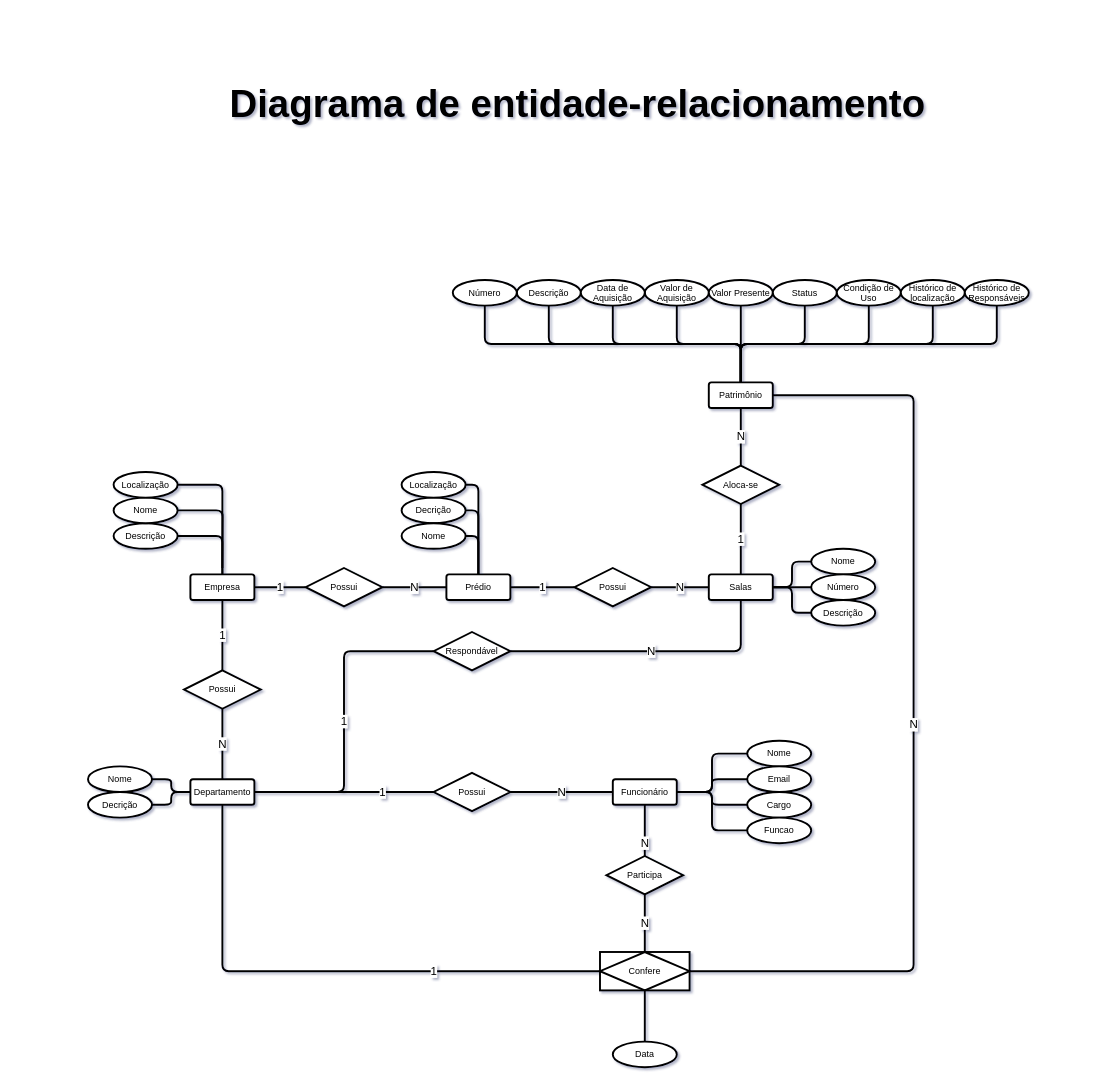
GuiBatalhoti/Apicelady keeps this draw.io diagram as DataBase/diagramas.drawio. Above is the earlier version. Source tidied: cells renumbered, new cells numbered last; positions are measured from the earlier drawing's top-left corner, leaving out a move shared by most shapes. Both pictures are drawn from the tidied source at 64%, with x=0, y=0 at pixel (88, 11).
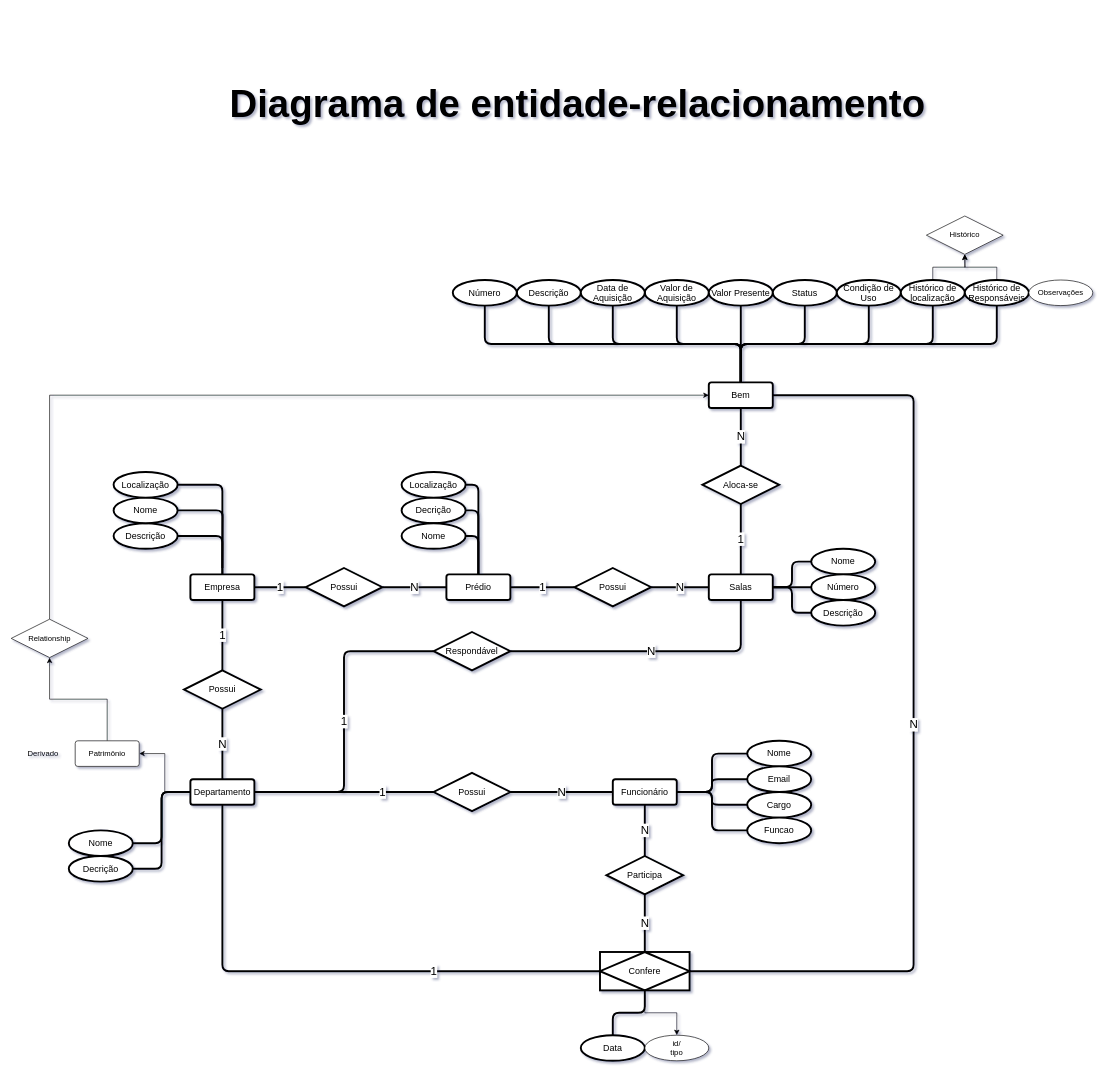
The same diagram, later.

Commit message:
adicionando pequenas modificações no diagrama do BD

Unchanged cells that the change refers to:
```xml
<mxCell id="12" value="Departamento" style="rounded=1;arcSize=10;whiteSpace=wrap;html=1;align=center;shadow=0;strokeWidth=3;fontSize=14;" parent="1" vertex="1">
  <mxGeometry x="160" y="1200" width="100" height="40" as="geometry" />
</mxCell>
<mxCell id="32" value="&lt;div style=&quot;font-size: 14px;&quot;&gt;Funcionário&lt;/div&gt;" style="rounded=1;arcSize=10;whiteSpace=wrap;html=1;align=center;shadow=0;strokeWidth=3;fontSize=14;" parent="1" vertex="1">
  <mxGeometry x="820" y="1200" width="100" height="40" as="geometry" />
</mxCell>
<mxCell id="67" value="Participa" style="shape=rhombus;perimeter=rhombusPerimeter;whiteSpace=wrap;html=1;align=center;strokeWidth=3;fontSize=14;shadow=0;" parent="1" vertex="1">
  <mxGeometry x="810" y="1320" width="120" height="60" as="geometry" />
</mxCell>
<mxCell id="68" value="Confere" style="shape=associativeEntity;whiteSpace=wrap;html=1;align=center;strokeWidth=3;fontSize=14;shadow=0;" parent="1" vertex="1">
  <mxGeometry x="800" y="1470" width="140" height="60" as="geometry" />
</mxCell>
<mxCell id="76" value="Histórico de localização" style="ellipse;whiteSpace=wrap;html=1;align=center;shadow=0;strokeWidth=3;fontSize=14;gradientColor=none;" parent="1" vertex="1">
  <mxGeometry x="1270" y="420" width="100" height="40" as="geometry" />
</mxCell>
<mxCell id="77" value="Histórico de Responsáveis" style="ellipse;whiteSpace=wrap;html=1;align=center;shadow=0;strokeWidth=3;fontSize=14;gradientColor=none;" parent="1" vertex="1">
  <mxGeometry x="1370" y="420" width="100" height="40" as="geometry" />
</mxCell>
```

The edit, as a diff of the source:
```diff
@@
+    <mxCell id="83" style="edgeStyle=orthogonalEdgeStyle;rounded=0;jettySize=auto;html=1;entryX=1;entryY=0.5;entryDx=0;entryDy=0;" parent="1" edge="1" source="12" target="91">
+      <mxGeometry relative="1" as="geometry" />
+    </mxCell>
@@
     <mxCell id="13" value="Nome" style="ellipse;whiteSpace=wrap;html=1;align=center;shadow=0;strokeWidth=3;fontSize=14;" parent="1" vertex="1">
-      <mxGeometry y="1180" width="100" height="40" as="geometry" />
+      <mxGeometry x="-30" y="1280" width="100" height="40" as="geometry" />
     </mxCell>
     <mxCell id="14" value="Decrição" style="ellipse;whiteSpace=wrap;html=1;align=center;shadow=0;strokeWidth=3;fontSize=14;" parent="1" vertex="1">
-      <mxGeometry y="1220" width="100" height="40" as="geometry" />
+      <mxGeometry x="-30" y="1320" width="100" height="40" as="geometry" />
     </mxCell>
@@
-    <mxCell id="24" value="Patrimônio" style="rounded=1;arcSize=10;whiteSpace=wrap;html=1;align=center;shadow=0;strokeWidth=3;fontSize=14;" parent="1" vertex="1">
+    <mxCell id="24" value="Bem" style="rounded=1;arcSize=10;whiteSpace=wrap;html=1;align=center;shadow=0;strokeWidth=3;fontSize=14;" parent="1" vertex="1">
       <mxGeometry x="970" y="580" width="100" height="40" as="geometry" />
     </mxCell>
@@
     <mxCell id="26" value="&lt;div style=&quot;font-size: 14px;&quot;&gt;Data&lt;/div&gt;" style="ellipse;whiteSpace=wrap;html=1;align=center;shadow=0;strokeWidth=3;fontSize=14;" parent="1" vertex="1">
-      <mxGeometry x="820" y="1610" width="100" height="40" as="geometry" />
+      <mxGeometry x="770" y="1600" width="100" height="40" as="geometry" />
     </mxCell>
@@
     <mxCell id="31" value="N" style="edgeStyle=orthogonalEdgeStyle;rounded=1;jettySize=auto;html=1;entryX=0.5;entryY=0;entryDx=0;entryDy=0;endArrow=none;endFill=0;strokeWidth=3;fontSize=18;shadow=0;curved=0;" parent="1" edge="1" source="32" target="67">
-      <mxGeometry relative="1" as="geometry">
+      <mxGeometry x="-0.33" relative="1" as="geometry">
         <Array as="points">
           <mxPoint x="870" y="1340" />
           <mxPoint x="870" y="1340" />
         </Array>
       </mxGeometry>
     </mxCell>
@@
+    <mxCell id="84" style="edgeStyle=orthogonalEdgeStyle;rounded=0;jettySize=auto;html=1;entryX=0.5;entryY=0;entryDx=0;entryDy=0;" parent="1" edge="1" source="68" target="87">
+      <mxGeometry relative="1" as="geometry" />
+    </mxCell>
@@
+    <mxCell id="85" style="edgeStyle=orthogonalEdgeStyle;rounded=0;jettySize=auto;html=1;" parent="1" edge="1" source="76">
+      <mxGeometry relative="1" as="geometry">
+        <mxPoint x="1370" y="380" as="targetPoint" />
+      </mxGeometry>
+    </mxCell>
@@
+    <mxCell id="86" style="edgeStyle=orthogonalEdgeStyle;rounded=0;jettySize=auto;html=1;entryX=0.5;entryY=1;entryDx=0;entryDy=0;" parent="1" edge="1" source="77" target="89">
+      <mxGeometry relative="1" as="geometry" />
+    </mxCell>
@@
+    <mxCell id="87" value="id/&lt;div&gt;tipo&lt;/div&gt;" style="ellipse;whiteSpace=wrap;html=1;align=center;" parent="1" vertex="1">
+      <mxGeometry x="870" y="1600" width="100" height="40" as="geometry" />
+    </mxCell>
+    <mxCell id="88" value="Observações" style="ellipse;whiteSpace=wrap;html=1;align=center;" parent="1" vertex="1">
+      <mxGeometry x="1470" y="420" width="100" height="40" as="geometry" />
+    </mxCell>
+    <mxCell id="89" value="Histórico" style="shape=rhombus;perimeter=rhombusPerimeter;whiteSpace=wrap;html=1;align=center;" parent="1" vertex="1">
+      <mxGeometry x="1310" y="320" width="120" height="60" as="geometry" />
+    </mxCell>
+    <mxCell id="90" style="edgeStyle=orthogonalEdgeStyle;rounded=0;jettySize=auto;html=1;entryX=0.5;entryY=1;entryDx=0;entryDy=0;" parent="1" edge="1" source="91" target="94">
+      <mxGeometry relative="1" as="geometry" />
+    </mxCell>
+    <mxCell id="91" value="Patrimônio" style="rounded=1;arcSize=10;whiteSpace=wrap;html=1;align=center;" parent="1" vertex="1">
+      <mxGeometry x="-20" y="1140" width="100" height="40" as="geometry" />
+    </mxCell>
+    <mxCell id="92" value="Derivado" style="text;html=1;align=center;verticalAlign=middle;whiteSpace=wrap;rounded=0;" parent="1" vertex="1">
+      <mxGeometry x="-120" y="1135" width="100" height="50" as="geometry" />
+    </mxCell>
+    <mxCell id="93" style="edgeStyle=orthogonalEdgeStyle;rounded=0;jettySize=auto;html=1;entryX=0;entryY=0.5;entryDx=0;entryDy=0;" parent="1" edge="1" source="94" target="24">
+      <mxGeometry relative="1" as="geometry">
+        <Array as="points">
+          <mxPoint x="-60" y="600" />
+        </Array>
+      </mxGeometry>
+    </mxCell>
+    <mxCell id="94" value="Relationship" style="shape=rhombus;perimeter=rhombusPerimeter;whiteSpace=wrap;html=1;align=center;" parent="1" vertex="1">
+      <mxGeometry x="-120" y="950" width="120" height="60" as="geometry" />
+    </mxCell>
```
